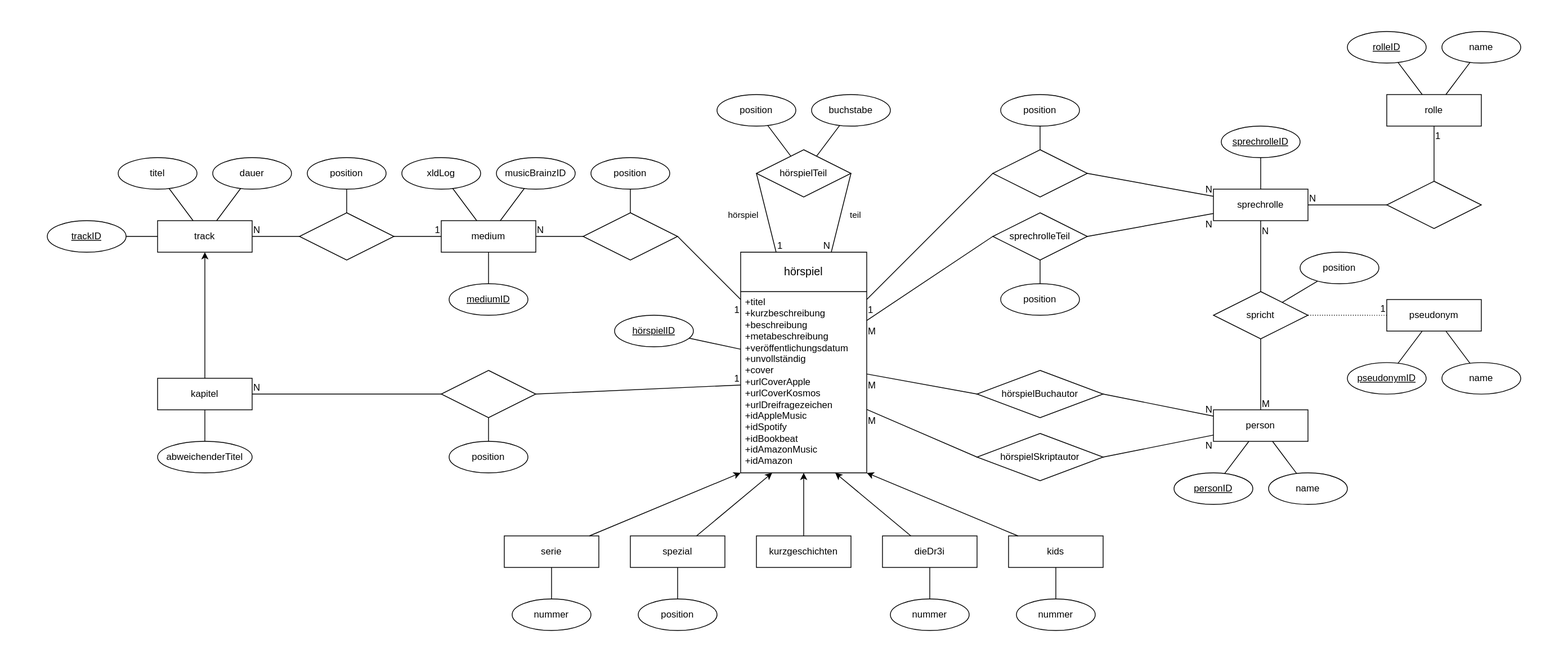
YourMJK/dreimetadaten keeps this draw.io diagram as model/relationalModel.svg. Above is the earlier version. Source tidied: cells renumbered, new cells last; positions are measured from the earlier drawing's top-left corner, leaving out a move shared by most shapes.
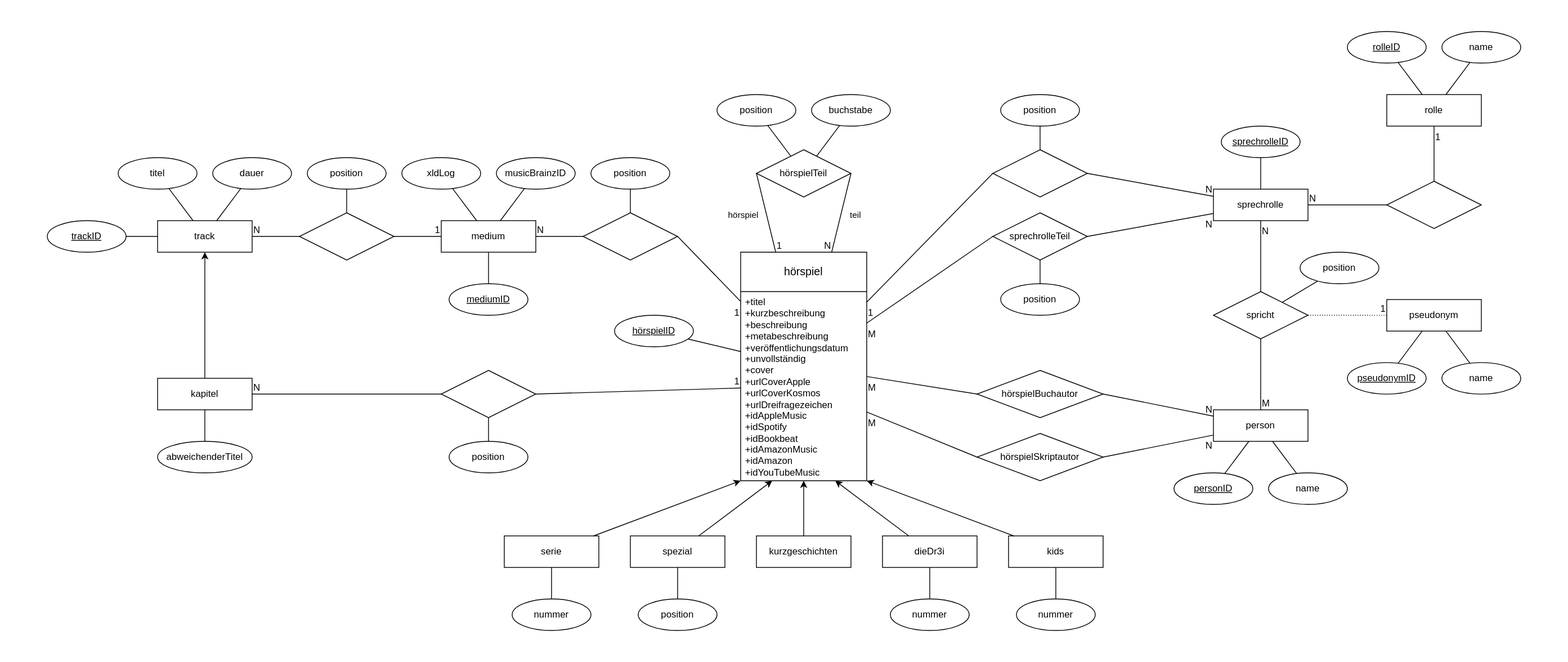
After the commit.

The edit, as a diff of the source:
```diff
@@ -6,10 +6,10 @@
       <mxGeometry x="720" y="360" width="100" height="40" as="geometry" />
     </mxCell>
     <mxCell id="3" value="hörspiel" style="swimlane;horizontal=1;startSize=50;rounded=1;fontSize=14;fontStyle=0;strokeWidth=1;shadow=0;dashed=0;align=center;arcSize=0;whiteSpace=wrap;html=1;" parent="1" vertex="1">
-      <mxGeometry x="880" y="280" width="160" height="280" as="geometry" />
+      <mxGeometry x="880" y="280" width="160" height="290" as="geometry" />
     </mxCell>
-    <mxCell id="4" value="&lt;div&gt;+titel&lt;br&gt;&lt;/div&gt;&lt;div&gt;+kurzbeschreibung&lt;/div&gt;&lt;div&gt;+beschreibung&lt;/div&gt;&lt;div&gt;+metabeschreibung&lt;/div&gt;&lt;div&gt;+veröffentlichungsdatum&lt;/div&gt;&lt;div&gt;+unvollständig&lt;/div&gt;&lt;div&gt;+cover&lt;/div&gt;&lt;div&gt;+urlCoverApple&lt;/div&gt;&lt;div&gt;+urlCoverKosmos&lt;/div&gt;&lt;div&gt;+urlDreifragezeichen&lt;/div&gt;&lt;div&gt;+idAppleMusic&lt;/div&gt;&lt;div&gt;+idSpotify&lt;/div&gt;&lt;div&gt;+idBookbeat&lt;/div&gt;&lt;div&gt;+idAmazonMusic&lt;br&gt;&lt;/div&gt;&lt;div&gt;+idAmazon&lt;br&gt;&lt;/div&gt;" style="align=left;strokeColor=none;fillColor=none;spacingLeft=4;fontSize=12;verticalAlign=top;html=1;" parent="3" vertex="1">
-      <mxGeometry y="50" width="160" height="230" as="geometry" />
+    <mxCell id="4" value="&lt;div&gt;+titel&lt;br&gt;&lt;/div&gt;&lt;div&gt;+kurzbeschreibung&lt;/div&gt;&lt;div&gt;+beschreibung&lt;/div&gt;&lt;div&gt;+metabeschreibung&lt;/div&gt;&lt;div&gt;+veröffentlichungsdatum&lt;/div&gt;&lt;div&gt;+unvollständig&lt;/div&gt;&lt;div&gt;+cover&lt;/div&gt;&lt;div&gt;+urlCoverApple&lt;/div&gt;&lt;div&gt;+urlCoverKosmos&lt;/div&gt;&lt;div&gt;+urlDreifragezeichen&lt;/div&gt;&lt;div&gt;+idAppleMusic&lt;/div&gt;&lt;div&gt;+idSpotify&lt;/div&gt;&lt;div&gt;+idBookbeat&lt;/div&gt;&lt;div&gt;+idAmazonMusic&lt;br&gt;&lt;/div&gt;&lt;div&gt;+idAmazon&lt;br&gt;&lt;/div&gt;&lt;div&gt;+idYouTubeMusic&lt;/div&gt;" style="align=left;strokeColor=none;fillColor=none;spacingLeft=4;fontSize=12;verticalAlign=top;html=1;" parent="3" vertex="1">
+      <mxGeometry y="50" width="160" height="240" as="geometry" />
     </mxCell>
     <mxCell id="5" style="edgeStyle=orthogonalEdgeStyle;rounded=0;orthogonalLoop=1;jettySize=auto;html=1;exitX=0.5;exitY=1;exitDx=0;exitDy=0;" parent="3" edge="1" source="4" target="4">
       <mxGeometry relative="1" as="geometry" />
```
